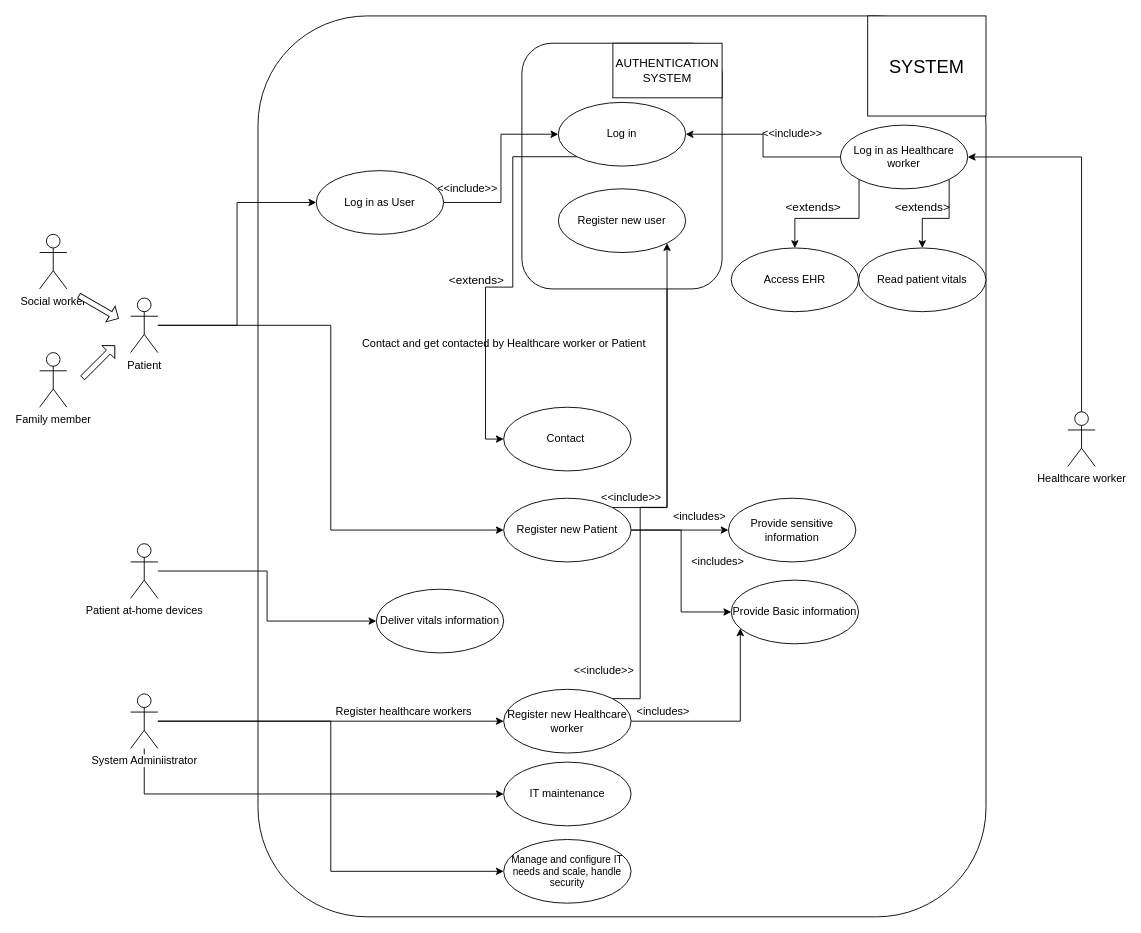
SteinarVrenne/school_imt3501 keeps this draw.io diagram as Task 1/source/images/03e_Main_Use_Cases.drawio. Above is the earlier version. Source tidied: cells renumbered, new cells numbered last; positions are measured from the earlier drawing's top-left corner, leaving out a move shared by most shapes. Both pictures are drawn from the tidied source at 91%, with x=0, y=0 at pixel (39, 15).
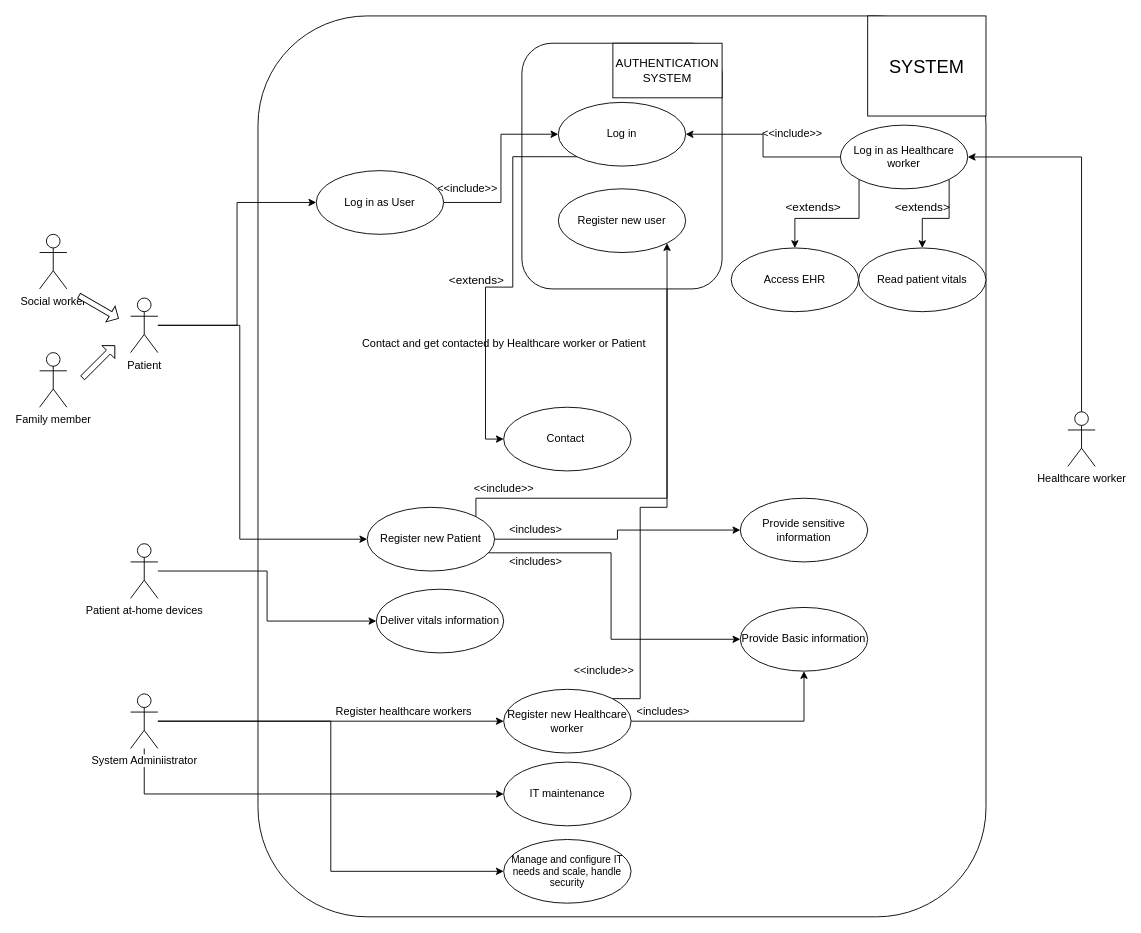
The same diagram, later.

Commit message (it also covers changes not shown here):
I love use cases :(

The change refers to these unchanged cells:
```xml
<mxCell id="4" value="Patient&lt;br&gt;" style="shape=umlActor;verticalLabelPosition=bottom;labelBackgroundColor=#ffffff;verticalAlign=top;html=1;" parent="1" vertex="1">
  <mxGeometry x="100" y="310" width="30" height="60" as="geometry" />
</mxCell>
<mxCell id="17" value="Register new Healthcare worker" style="ellipse;whiteSpace=wrap;html=1;" parent="1" vertex="1">
  <mxGeometry x="510" y="740" width="140" height="70" as="geometry" />
</mxCell>
<mxCell id="51" value="Register new user" style="ellipse;whiteSpace=wrap;html=1;" parent="1" vertex="1">
  <mxGeometry x="570" y="190" width="140" height="70" as="geometry" />
</mxCell>
```

Diff of the diagram source:
```diff
@@
     <mxCell id="3" style="edgeStyle=orthogonalEdgeStyle;rounded=0;jettySize=auto;html=1;entryX=0;entryY=0.5;entryDx=0;entryDy=0;" parent="1" edge="1" source="4" target="13">
-      <mxGeometry relative="1" as="geometry" />
+      <mxGeometry relative="1" as="geometry">
+        <Array as="points">
+          <mxPoint x="220" y="340" />
+          <mxPoint x="220" y="575" />
+        </Array>
+      </mxGeometry>
     </mxCell>
@@
     <mxCell id="11" style="edgeStyle=orthogonalEdgeStyle;rounded=0;jettySize=auto;html=1;entryX=0;entryY=0.5;entryDx=0;entryDy=0;" parent="1" edge="1" source="13" target="26">
-      <mxGeometry relative="1" as="geometry" />
+      <mxGeometry relative="1" as="geometry">
+        <Array as="points">
+          <mxPoint x="628" y="590" />
+          <mxPoint x="628" y="685" />
+        </Array>
+      </mxGeometry>
     </mxCell>
@@
     <mxCell id="13" value="Register new Patient" style="ellipse;whiteSpace=wrap;html=1;" parent="1" vertex="1">
-      <mxGeometry x="510" y="530" width="140" height="70" as="geometry" />
+      <mxGeometry x="360" y="540" width="140" height="70" as="geometry" />
     </mxCell>
@@
+    <mxCell id="16" style="edgeStyle=orthogonalEdgeStyle;rounded=0;jettySize=auto;html=1;exitX=1;exitY=0;exitDx=0;exitDy=0;entryX=1;entryY=1;entryDx=0;entryDy=0;" parent="1" edge="1" source="17" target="51">
+      <mxGeometry relative="1" as="geometry">
+        <Array as="points">
+          <mxPoint x="660" y="751" />
+          <mxPoint x="660" y="540" />
+          <mxPoint x="690" y="540" />
+        </Array>
+      </mxGeometry>
+    </mxCell>
-    <mxCell id="15" style="edgeStyle=orthogonalEdgeStyle;rounded=0;jettySize=auto;html=1;" parent="1" edge="1" source="17" target="26">
-      <mxGeometry relative="1" as="geometry">
-        <Array as="points">
-          <mxPoint x="770" y="775" />
-        </Array>
-      </mxGeometry>
+    <mxCell id="15" style="edgeStyle=orthogonalEdgeStyle;rounded=0;jettySize=auto;html=1;exitX=1;exitY=0.5;exitDx=0;exitDy=0;entryX=0.5;entryY=1;entryDx=0;entryDy=0;" parent="1" edge="1" source="17" target="26">
+      <mxGeometry relative="1" as="geometry" />
     </mxCell>
-    <mxCell id="16" style="edgeStyle=orthogonalEdgeStyle;rounded=0;jettySize=auto;html=1;exitX=1;exitY=0;exitDx=0;exitDy=0;entryX=1;entryY=1;entryDx=0;entryDy=0;" parent="1" edge="1" source="17" target="51">
-      <mxGeometry relative="1" as="geometry">
-        <Array as="points">
-          <mxPoint x="660" y="751" />
-          <mxPoint x="660" y="540" />
-          <mxPoint x="690" y="540" />
-        </Array>
-      </mxGeometry>
-    </mxCell>
@@
     <mxCell id="26" value="Provide Basic information" style="ellipse;whiteSpace=wrap;html=1;" parent="1" vertex="1">
-      <mxGeometry x="760" y="620" width="140" height="70" as="geometry" />
+      <mxGeometry x="770" y="650" width="140" height="70" as="geometry" />
     </mxCell>
     <mxCell id="27" value="Provide sensitive information" style="ellipse;whiteSpace=wrap;html=1;" parent="1" vertex="1">
-      <mxGeometry x="757" y="530" width="140" height="70" as="geometry" />
+      <mxGeometry x="770" y="530" width="140" height="70" as="geometry" />
     </mxCell>
     <mxCell id="28" value="&amp;lt;includes&amp;gt;" style="text;html=1;align=center;verticalAlign=middle;rotation=0;" parent="1" vertex="1">
-      <mxGeometry x="690" y="540" width="70" height="20" as="geometry" />
+      <mxGeometry x="510" y="555" width="70" height="20" as="geometry" />
     </mxCell>
@@
     <mxCell id="52" style="edgeStyle=orthogonalEdgeStyle;rounded=0;jettySize=auto;html=1;exitX=1;exitY=0;exitDx=0;exitDy=0;entryX=1;entryY=1;entryDx=0;entryDy=0;" parent="1" edge="1" source="13" target="51">
       <mxGeometry relative="1" as="geometry">
         <Array as="points">
-          <mxPoint x="690" y="541" />
+          <mxPoint x="480" y="530" />
+          <mxPoint x="690" y="530" />
         </Array>
       </mxGeometry>
     </mxCell>
     <mxCell id="53" value="&amp;lt;&amp;lt;include&amp;gt;&amp;gt;" style="text;html=1;align=center;verticalAlign=middle;" parent="1" vertex="1">
-      <mxGeometry x="610" y="520" width="80" height="20" as="geometry" />
+      <mxGeometry x="470" y="510" width="80" height="20" as="geometry" />
     </mxCell>
@@
     <mxCell id="56" value="&amp;lt;includes&amp;gt;" style="text;html=1;align=center;verticalAlign=middle;rotation=0;" parent="1" vertex="1">
-      <mxGeometry x="710" y="590" width="70" height="20" as="geometry" />
+      <mxGeometry x="510" y="590" width="70" height="20" as="geometry" />
     </mxCell>
```
